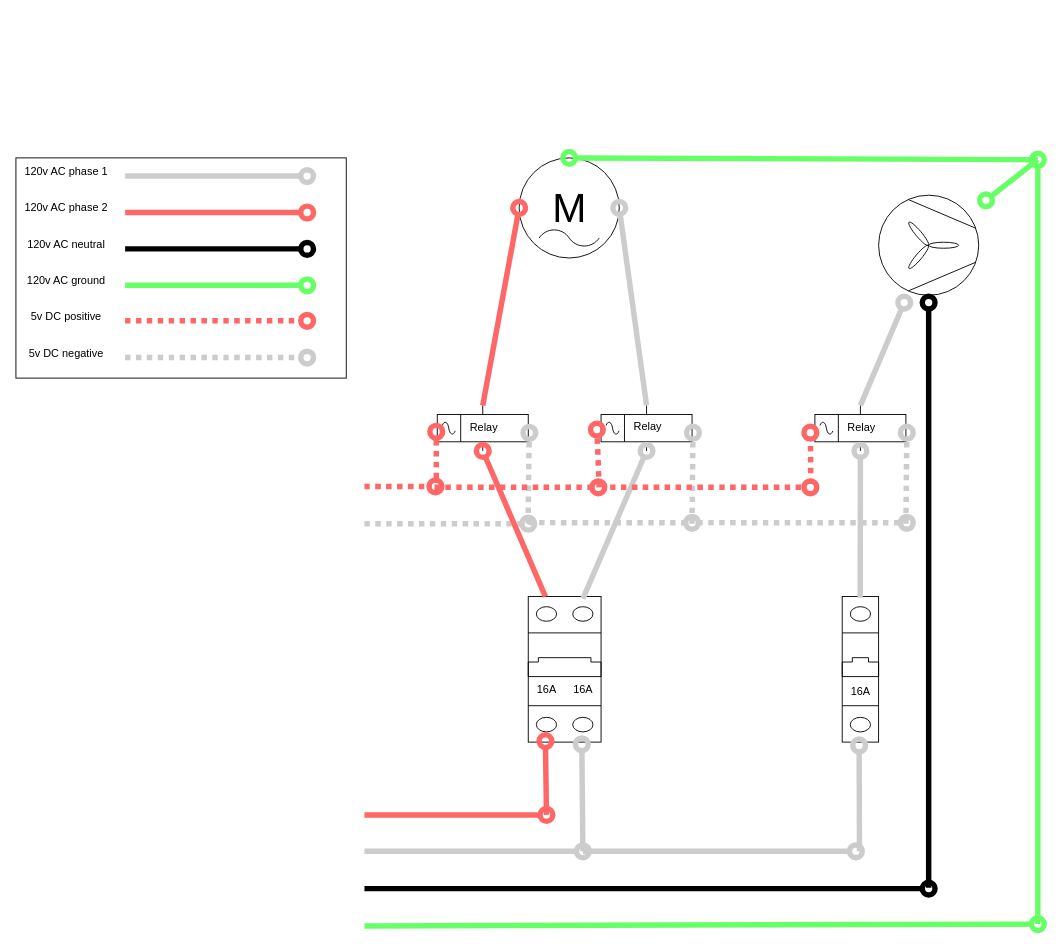
Earlier version of the draw.io diagram white-board.drawio (sjfcodes/draw-io). Source tidied: cells renumbered, new cells numbered last; positions are measured from the earlier drawing's top-left corner, leaving out a move shared by most shapes. Both pictures are drawn from the tidied source at 91%, with x=0, y=0 at pixel (15, 157).
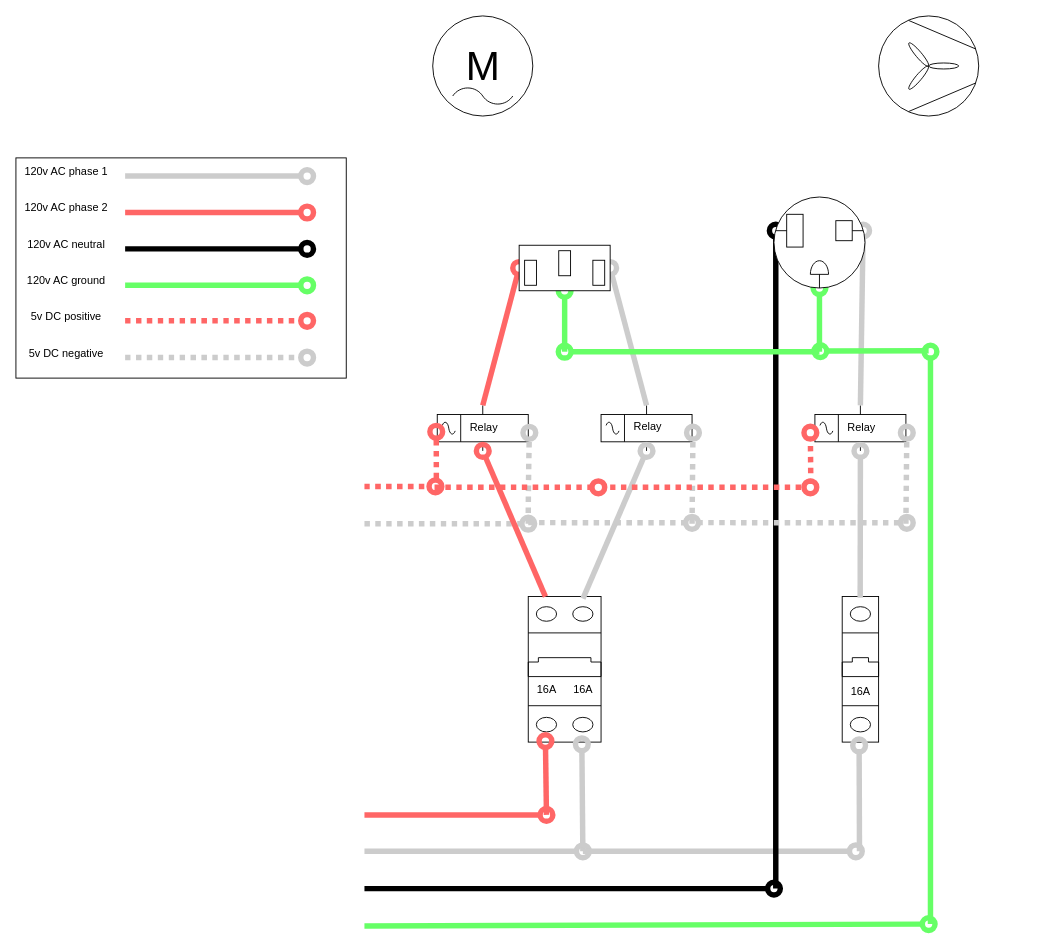
After the change.

The change refers to these unchanged cells:
```xml
<mxCell id="6" style="verticalLabelPosition=bottom;shadow=0;dashed=0;align=center;html=1;verticalAlign=top;shape=mxgraph.electrical.electro-mechanical.relay;" parent="1" vertex="1">
  <mxGeometry x="463" y="272" width="100" height="50" as="geometry" />
</mxCell>
<mxCell id="26" style="verticalLabelPosition=bottom;shadow=0;dashed=0;align=center;html=1;verticalAlign=top;shape=mxgraph.electrical.electro-mechanical.relay;" parent="1" vertex="1">
  <mxGeometry x="878" y="272" width="100" height="50" as="geometry" />
</mxCell>
<mxCell id="27" style="verticalLabelPosition=bottom;shadow=0;dashed=0;align=center;html=1;verticalAlign=top;shape=mxgraph.electrical.electro-mechanical.relay;" parent="1" vertex="1">
  <mxGeometry x="643" y="272" width="100" height="50" as="geometry" />
</mxCell>
```

Change to the diagram source:
```diff
@@
-    <mxCell id="16" value="M" style="dashed=0;outlineConnect=0;align=center;html=1;shape=mxgraph.pid.engines.electric_motor_(ac);fontSize=45;" parent="1" vertex="1">
-      <mxGeometry x="553" width="110" height="110" as="geometry" />
-    </mxCell>
     <mxCell id="17" style="verticalLabelPosition=bottom;outlineConnect=0;align=center;dashed=0;html=1;verticalAlign=top;shape=mxgraph.pid2misc.fan;fanType=common;" parent="1" vertex="1">
-      <mxGeometry x="948" y="41" width="110" height="110" as="geometry" />
+      <mxGeometry x="948" y="-156" width="110" height="110" as="geometry" />
     </mxCell>
@@
-    <mxCell id="30" style="edgeStyle=none;jettySize=auto;html=1;rounded=0;endArrow=oval;startSize=14;endSize=14;sourcePerimeterSpacing=8;targetPerimeterSpacing=8;curved=1;strokeWidth=6;endFill=0;fillColor=none;strokeColor=#FF6666;shadow=0;exitX=0.5;exitY=0;exitDx=0;exitDy=0;exitPerimeter=0;entryX=0;entryY=0.5;entryDx=0;entryDy=0;entryPerimeter=0;" parent="1" edge="1" source="6" target="16">
+    <mxCell id="30" style="edgeStyle=none;jettySize=auto;html=1;rounded=0;endArrow=oval;startSize=14;endSize=14;sourcePerimeterSpacing=8;targetPerimeterSpacing=8;curved=1;strokeWidth=6;endFill=0;fillColor=none;strokeColor=#FF6666;shadow=0;exitX=0.5;exitY=0;exitDx=0;exitDy=0;exitPerimeter=0;entryX=0;entryY=0.5;entryDx=0;entryDy=0;entryPerimeter=0;" parent="1" edge="1" source="6" target="61">
       <mxGeometry relative="1" as="geometry" />
     </mxCell>
-    <mxCell id="31" style="edgeStyle=none;jettySize=auto;html=1;rounded=0;endArrow=oval;startSize=14;endSize=14;sourcePerimeterSpacing=8;targetPerimeterSpacing=8;curved=1;strokeWidth=6;endFill=0;fillColor=none;strokeColor=#CCCCCC;shadow=0;entryX=1;entryY=0.5;entryDx=0;entryDy=0;entryPerimeter=0;exitX=0.5;exitY=0;exitDx=0;exitDy=0;exitPerimeter=0;" parent="1" edge="1" source="27" target="16">
+    <mxCell id="31" style="edgeStyle=none;jettySize=auto;html=1;rounded=0;endArrow=oval;startSize=14;endSize=14;sourcePerimeterSpacing=8;targetPerimeterSpacing=8;curved=1;strokeWidth=6;endFill=0;fillColor=none;strokeColor=#CCCCCC;shadow=0;entryX=1;entryY=0.5;entryDx=0;entryDy=0;entryPerimeter=0;exitX=0.5;exitY=0;exitDx=0;exitDy=0;exitPerimeter=0;" parent="1" edge="1" source="27" target="61">
       <mxGeometry relative="1" as="geometry" />
     </mxCell>
@@
-    <mxCell id="33" style="edgeStyle=none;jettySize=auto;html=1;rounded=0;endArrow=oval;startSize=14;endSize=14;sourcePerimeterSpacing=8;targetPerimeterSpacing=8;curved=1;strokeWidth=6;endFill=0;fillColor=none;strokeColor=#CCCCCC;shadow=0;exitX=0.5;exitY=0;exitDx=0;exitDy=0;exitPerimeter=0;" parent="1" edge="1" source="26" target="17">
+    <mxCell id="33" style="edgeStyle=none;jettySize=auto;html=1;rounded=0;endArrow=oval;startSize=14;endSize=14;sourcePerimeterSpacing=8;targetPerimeterSpacing=8;curved=1;strokeWidth=6;endFill=0;fillColor=none;strokeColor=#CCCCCC;shadow=0;exitX=0.5;exitY=0;exitDx=0;exitDy=0;exitPerimeter=0;entryX=0.98;entryY=0.37;entryDx=0;entryDy=0;entryPerimeter=0;" parent="1" edge="1" source="26" target="59">
       <mxGeometry relative="1" as="geometry" />
     </mxCell>
@@
     <mxCell id="36" style="edgeStyle=none;orthogonalLoop=1;jettySize=auto;html=1;rounded=0;endArrow=oval;startSize=14;endSize=14;sourcePerimeterSpacing=8;targetPerimeterSpacing=8;curved=1;strokeWidth=6;endFill=0;strokeColor=#000000;fillColor=#f5f5f5;" parent="1" edge="1">
       <mxGeometry relative="1" as="geometry">
         <mxPoint x="383" y="803" as="sourcePoint" />
-        <mxPoint x="1003" y="803" as="targetPoint" />
+        <mxPoint x="833" y="803" as="targetPoint" />
       </mxGeometry>
     </mxCell>
-    <mxCell id="37" style="edgeStyle=none;jettySize=auto;html=1;rounded=0;endArrow=oval;startSize=14;endSize=14;sourcePerimeterSpacing=8;targetPerimeterSpacing=8;curved=1;strokeWidth=6;endFill=0;strokeColor=#000000;fillColor=#f5f5f5;" parent="1" edge="1" target="17">
+    <mxCell id="37" style="edgeStyle=none;jettySize=auto;html=1;rounded=0;endArrow=oval;startSize=14;endSize=14;sourcePerimeterSpacing=8;targetPerimeterSpacing=8;curved=1;strokeWidth=6;endFill=0;strokeColor=#000000;fillColor=#f5f5f5;entryX=0.02;entryY=0.37;entryDx=0;entryDy=0;entryPerimeter=0;" parent="1" edge="1" target="59">
       <mxGeometry relative="1" as="geometry">
-        <mxPoint x="1003" y="802" as="sourcePoint" />
+        <mxPoint x="835" y="803" as="sourcePoint" />
       </mxGeometry>
     </mxCell>
     <mxCell id="38" style="edgeStyle=none;orthogonalLoop=1;jettySize=auto;html=1;rounded=0;endArrow=oval;startSize=14;endSize=14;sourcePerimeterSpacing=8;targetPerimeterSpacing=8;curved=1;strokeWidth=6;endFill=0;strokeColor=#66FF66;fillColor=#f5f5f5;" parent="1" edge="1">
       <mxGeometry relative="1" as="geometry">
         <mxPoint x="383" y="844" as="sourcePoint" />
-        <mxPoint x="1123" y="842" as="targetPoint" />
+        <mxPoint x="1003" y="842" as="targetPoint" />
       </mxGeometry>
     </mxCell>
     <mxCell id="39" style="edgeStyle=none;orthogonalLoop=1;jettySize=auto;html=1;rounded=0;endArrow=oval;startSize=14;endSize=14;sourcePerimeterSpacing=8;targetPerimeterSpacing=8;curved=1;strokeWidth=6;endFill=0;strokeColor=#66FF66;fillColor=#f5f5f5;" parent="1" edge="1">
       <mxGeometry relative="1" as="geometry">
-        <mxPoint x="1123" y="842" as="sourcePoint" />
-        <mxPoint x="1123" y="2" as="targetPoint" />
+        <mxPoint x="1005" y="842" as="sourcePoint" />
+        <mxPoint x="1005" y="213" as="targetPoint" />
       </mxGeometry>
     </mxCell>
@@
-    <mxCell id="48" style="edgeStyle=none;jettySize=auto;html=1;rounded=0;endArrow=oval;startSize=14;endSize=14;sourcePerimeterSpacing=8;targetPerimeterSpacing=8;curved=1;strokeWidth=6;endFill=0;strokeColor=#FF6666;fillColor=#f5f5f5;dashed=1;dashPattern=1 1;entryX=-0.046;entryY=0.532;entryDx=0;entryDy=0;entryPerimeter=0;" parent="1" edge="1" target="27">
-      <mxGeometry relative="1" as="geometry">
-        <mxPoint x="641" y="362" as="sourcePoint" />
-      </mxGeometry>
-    </mxCell>
@@
-    <mxCell id="53" style="edgeStyle=none;jettySize=auto;html=1;rounded=0;endArrow=oval;startSize=14;endSize=14;sourcePerimeterSpacing=8;targetPerimeterSpacing=8;curved=1;strokeWidth=6;endFill=0;strokeColor=#66FF66;fillColor=#f5f5f5;" parent="1" edge="1" target="17">
+    <mxCell id="53" style="edgeStyle=none;jettySize=auto;html=1;rounded=0;endArrow=oval;startSize=14;endSize=14;sourcePerimeterSpacing=8;targetPerimeterSpacing=8;curved=1;strokeWidth=6;endFill=0;strokeColor=#66FF66;fillColor=#f5f5f5;entryX=0.5;entryY=1;entryDx=0;entryDy=0;entryPerimeter=0;" parent="1" edge="1" target="61">
       <mxGeometry relative="1" as="geometry">
-        <mxPoint x="1123" y="2" as="sourcePoint" />
+        <mxPoint x="603" y="213" as="sourcePoint" />
       </mxGeometry>
     </mxCell>
-    <mxCell id="54" style="edgeStyle=none;jettySize=auto;html=1;rounded=0;endArrow=oval;startSize=14;endSize=14;sourcePerimeterSpacing=8;targetPerimeterSpacing=8;curved=1;strokeWidth=6;endFill=0;strokeColor=#66FF66;fillColor=#f5f5f5;entryX=0.5;entryY=0;entryDx=0;entryDy=0;entryPerimeter=0;" parent="1" edge="1" target="16">
+    <mxCell id="54" style="edgeStyle=none;orthogonalLoop=1;jettySize=auto;html=1;rounded=0;endArrow=oval;startSize=14;endSize=14;sourcePerimeterSpacing=8;targetPerimeterSpacing=8;curved=1;strokeWidth=6;endFill=0;strokeColor=#66FF66;fillColor=#f5f5f5;" parent="1" edge="1">
       <mxGeometry relative="1" as="geometry">
-        <mxPoint x="1123" y="2" as="sourcePoint" />
+        <mxPoint x="883" y="213" as="sourcePoint" />
+        <mxPoint x="603" y="213" as="targetPoint" />
       </mxGeometry>
     </mxCell>
@@
+    <mxCell id="58" style="edgeStyle=none;jettySize=auto;html=1;rounded=0;endArrow=oval;startSize=14;endSize=14;sourcePerimeterSpacing=8;targetPerimeterSpacing=8;curved=1;strokeWidth=6;endFill=0;strokeColor=#66FF66;fillColor=#f5f5f5;entryX=0.5;entryY=1;entryDx=0;entryDy=0;entryPerimeter=0;" parent="1" edge="1" target="59">
+      <mxGeometry relative="1" as="geometry">
+        <mxPoint x="883" y="213" as="sourcePoint" />
+      </mxGeometry>
+    </mxCell>
+    <mxCell id="59" style="verticalLabelPosition=bottom;shadow=0;dashed=0;align=center;html=1;verticalAlign=top;shape=mxgraph.electrical.miscellaneous.f_m_3_conductor_1;" parent="1" vertex="1">
+      <mxGeometry x="833" y="43" width="100" height="100" as="geometry" />
+    </mxCell>
+    <mxCell id="60" style="edgeStyle=none;orthogonalLoop=1;jettySize=auto;html=1;rounded=0;endArrow=oval;startSize=14;endSize=14;sourcePerimeterSpacing=8;targetPerimeterSpacing=8;curved=1;strokeWidth=6;endFill=0;strokeColor=#66FF66;fillColor=#f5f5f5;" parent="1" edge="1">
+      <mxGeometry relative="1" as="geometry">
+        <mxPoint x="1003" y="212" as="sourcePoint" />
+        <mxPoint x="884" y="212.3" as="targetPoint" />
+      </mxGeometry>
+    </mxCell>
+    <mxCell id="61" style="verticalLabelPosition=bottom;shadow=0;dashed=0;align=center;html=1;verticalAlign=top;shape=mxgraph.electrical.miscellaneous.ac_out;" parent="1" vertex="1">
+      <mxGeometry x="553" y="96" width="100" height="50" as="geometry" />
+    </mxCell>
+    <mxCell id="16" value="M" style="dashed=0;outlineConnect=0;align=center;html=1;shape=mxgraph.pid.engines.electric_motor_(ac);fontSize=45;" parent="1" vertex="1">
+      <mxGeometry x="458" y="-156" width="110" height="110" as="geometry" />
+    </mxCell>
```
